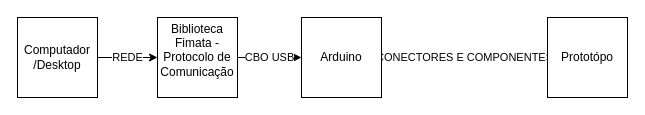
Before: packages/Visao de Implemtenacao.drawio in develophardware/capturar-agua-da-chuva, a draw.io diagram. Source tidied: cells renumbered, new cells numbered last; positions are measured from the earlier drawing's top-left corner, leaving out a move shared by most shapes. Both pictures are drawn from the tidied source at 100%, with x=0, y=0 at pixel (17, 17).
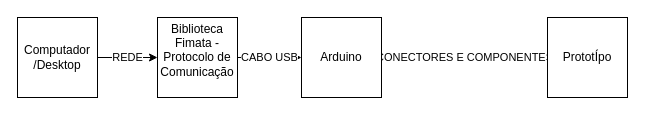
The same diagram, later.

What changed in the source:
```diff
@@
 <mxGraphModel>
   <root>
     <mxCell id="0" />
     <mxCell id="1" parent="0" />
     <mxCell id="2" value="REDE" style="edgeStyle=orthogonalEdgeStyle;rounded=0;jettySize=auto;html=1;exitX=1;exitY=0.5;exitDx=0;exitDy=0;entryX=0;entryY=0.5;entryDx=0;entryDy=0;" parent="1" edge="1" source="3" target="5">
       <mxGeometry relative="1" as="geometry" />
     </mxCell>
     <mxCell id="3" value="Computador&lt;br&gt;/Desktop" style="whiteSpace=wrap;html=1;" parent="1" vertex="1">
       <mxGeometry width="80" height="80" as="geometry" />
     </mxCell>
-    <mxCell id="4" value="CBO USB" style="edgeStyle=orthogonalEdgeStyle;rounded=0;jettySize=auto;html=1;exitX=1;exitY=0.5;exitDx=0;exitDy=0;entryX=0;entryY=0.5;entryDx=0;entryDy=0;" parent="1" edge="1" source="5" target="7">
+    <mxCell id="4" value="CABO USB" style="edgeStyle=orthogonalEdgeStyle;rounded=0;jettySize=auto;html=1;exitX=1;exitY=0.5;exitDx=0;exitDy=0;entryX=0;entryY=0.5;entryDx=0;entryDy=0;" parent="1" edge="1" source="5" target="7">
       <mxGeometry relative="1" as="geometry" />
     </mxCell>
     <mxCell id="5" value="Biblioteca Fimata - Protocolo de Comunicação&lt;br&gt;&lt;br&gt;" style="whiteSpace=wrap;html=1;" parent="1" vertex="1">
       <mxGeometry x="140" width="80" height="80" as="geometry" />
     </mxCell>
     <mxCell id="6" value="CONECTORES E COMPONENTES" style="edgeStyle=orthogonalEdgeStyle;rounded=0;jettySize=auto;html=1;exitX=1;exitY=0.5;exitDx=0;exitDy=0;entryX=0;entryY=0.5;entryDx=0;entryDy=0;" parent="1" edge="1" source="7" target="8">
       <mxGeometry relative="1" as="geometry" />
     </mxCell>
     <mxCell id="7" value="Arduino" style="whiteSpace=wrap;html=1;" parent="1" vertex="1">
       <mxGeometry x="284" width="80" height="80" as="geometry" />
     </mxCell>
-    <mxCell id="8" value="Prototópo" style="whiteSpace=wrap;html=1;" parent="1" vertex="1">
+    <mxCell id="8" value="PrototÍpo" style="whiteSpace=wrap;html=1;" parent="1" vertex="1">
       <mxGeometry x="530" width="80" height="80" as="geometry" />
     </mxCell>
   </root>
 </mxGraphModel>
```
